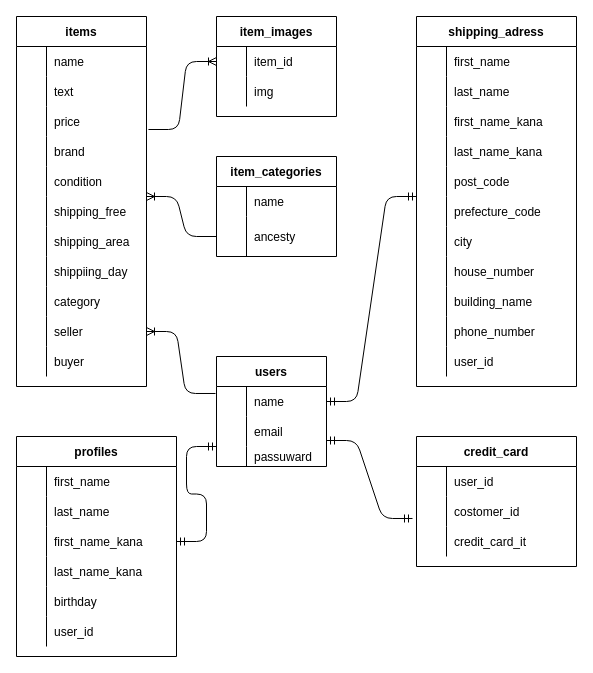
This is test.dio from protein0917/furima-53054, a draw.io file, before an edit. Source tidied: cells renumbered, new cells numbered last; positions are measured from the earlier drawing's top-left corner, leaving out a move shared by most shapes. Both pictures are drawn from the tidied source at 100%, with x=0, y=0 at pixel (16, 16).
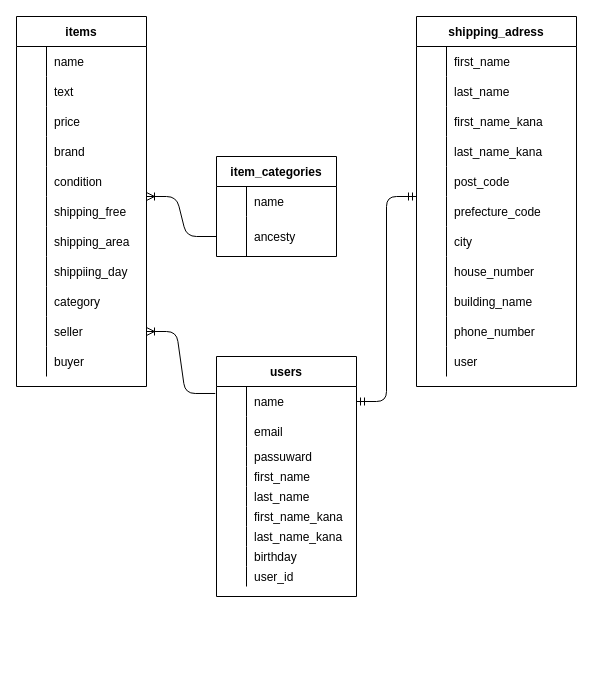
The same diagram, later.

Unchanged cells that the change refers to:
```xml
<mxCell id="19" style="shape=partialRectangle;fillColor=none;top=0;left=0;bottom=0;right=0;points=[[0,0.5],[1,0.5]];portConstraint=eastwest;" parent="12" vertex="1">
  <mxGeometry y="90" width="130" height="30" as="geometry" />
</mxCell>
<mxCell id="94" style="shape=partialRectangle;fillColor=none;top=0;left=0;bottom=0;right=0;" parent="63" vertex="1">
  <mxGeometry y="330" width="160" height="30" as="geometry" />
</mxCell>
```

What changed in the source:
```diff
@@
     <mxCell id="2" value="users" style="shape=table;startSize=30;childLayout=tableLayout;rowLines=0;fontStyle=1;align=center;verticalAlign=middle;horizontal=1;" parent="1" vertex="1">
-      <mxGeometry x="200" y="340" width="110" height="110" as="geometry" />
+      <mxGeometry x="200" y="340" width="140" height="240" as="geometry" />
     </mxCell>
     <mxCell id="3" style="shape=partialRectangle;fillColor=none;top=0;left=0;bottom=0;right=0;points=[[0,0.5],[1,0.5]];portConstraint=eastwest;" parent="2" vertex="1">
-      <mxGeometry y="30" width="110" height="30" as="geometry" />
+      <mxGeometry y="30" width="140" height="30" as="geometry" />
     </mxCell>
@@
     <mxCell id="5" value="name" style="shape=partialRectangle;fillColor=none;top=0;left=0;bottom=0;right=0;align=left;spacingLeft=6;overflow=hidden;" parent="3" vertex="1">
-      <mxGeometry x="30" width="80" height="30" as="geometry" />
+      <mxGeometry x="30" width="110" height="30" as="geometry" />
     </mxCell>
     <mxCell id="6" style="shape=partialRectangle;fillColor=none;top=0;left=0;bottom=0;right=0;points=[[0,0.5],[1,0.5]];portConstraint=eastwest;" parent="2" vertex="1">
-      <mxGeometry y="60" width="110" height="30" as="geometry" />
+      <mxGeometry y="60" width="140" height="30" as="geometry" />
     </mxCell>
@@
     <mxCell id="8" value="email" style="shape=partialRectangle;fillColor=none;top=0;left=0;bottom=0;right=0;align=left;spacingLeft=6;overflow=hidden;" parent="6" vertex="1">
-      <mxGeometry x="30" width="80" height="30" as="geometry" />
+      <mxGeometry x="30" width="110" height="30" as="geometry" />
     </mxCell>
     <mxCell id="9" style="shape=partialRectangle;fillColor=none;top=0;left=0;bottom=0;right=0;" parent="2" vertex="1">
-      <mxGeometry y="90" width="110" height="20" as="geometry" />
+      <mxGeometry y="90" width="140" height="20" as="geometry" />
     </mxCell>
@@
     <mxCell id="11" value="passuward" style="shape=partialRectangle;fillColor=none;top=0;left=0;bottom=0;right=0;align=left;spacingLeft=6;overflow=hidden;" parent="9" vertex="1">
-      <mxGeometry x="30" width="80" height="20" as="geometry" />
+      <mxGeometry x="30" width="110" height="20" as="geometry" />
     </mxCell>
+    <mxCell id="129" style="shape=partialRectangle;fillColor=none;top=0;left=0;bottom=0;right=0;" parent="2" vertex="1">
+      <mxGeometry y="110" width="140" height="20" as="geometry" />
+    </mxCell>
+    <mxCell id="130" style="shape=partialRectangle;fillColor=none;top=0;left=0;bottom=0;right=0;overflow=hidden;" parent="129" vertex="1">
+      <mxGeometry width="30" height="20" as="geometry" />
+    </mxCell>
+    <mxCell id="100" value="first_name" style="shape=partialRectangle;fillColor=none;top=0;left=0;bottom=0;right=0;align=left;spacingLeft=6;overflow=hidden;" parent="129" vertex="1">
+      <mxGeometry x="30" width="110" height="20" as="geometry" />
+    </mxCell>
+    <mxCell id="131" style="shape=partialRectangle;fillColor=none;top=0;left=0;bottom=0;right=0;" parent="2" vertex="1">
+      <mxGeometry y="130" width="140" height="20" as="geometry" />
+    </mxCell>
+    <mxCell id="132" style="shape=partialRectangle;fillColor=none;top=0;left=0;bottom=0;right=0;overflow=hidden;" parent="131" vertex="1">
+      <mxGeometry width="30" height="20" as="geometry" />
+    </mxCell>
+    <mxCell id="103" value="last_name" style="shape=partialRectangle;fillColor=none;top=0;left=0;bottom=0;right=0;align=left;spacingLeft=6;overflow=hidden;" parent="131" vertex="1">
+      <mxGeometry x="30" width="110" height="20" as="geometry" />
+    </mxCell>
+    <mxCell id="133" style="shape=partialRectangle;fillColor=none;top=0;left=0;bottom=0;right=0;" parent="2" vertex="1">
+      <mxGeometry y="150" width="140" height="20" as="geometry" />
+    </mxCell>
+    <mxCell id="134" style="shape=partialRectangle;fillColor=none;top=0;left=0;bottom=0;right=0;overflow=hidden;" parent="133" vertex="1">
+      <mxGeometry width="30" height="20" as="geometry" />
+    </mxCell>
+    <mxCell id="106" value="first_name_kana" style="shape=partialRectangle;fillColor=none;top=0;left=0;bottom=0;right=0;align=left;spacingLeft=6;overflow=hidden;" parent="133" vertex="1">
+      <mxGeometry x="30" width="110" height="20" as="geometry" />
+    </mxCell>
+    <mxCell id="135" style="shape=partialRectangle;fillColor=none;top=0;left=0;bottom=0;right=0;" parent="2" vertex="1">
+      <mxGeometry y="170" width="140" height="20" as="geometry" />
+    </mxCell>
+    <mxCell id="136" style="shape=partialRectangle;fillColor=none;top=0;left=0;bottom=0;right=0;overflow=hidden;" parent="135" vertex="1">
+      <mxGeometry width="30" height="20" as="geometry" />
+    </mxCell>
+    <mxCell id="109" value="last_name_kana" style="shape=partialRectangle;fillColor=none;top=0;left=0;bottom=0;right=0;align=left;spacingLeft=6;overflow=hidden;" parent="135" vertex="1">
+      <mxGeometry x="30" width="110" height="20" as="geometry" />
+    </mxCell>
+    <mxCell id="137" style="shape=partialRectangle;fillColor=none;top=0;left=0;bottom=0;right=0;" parent="2" vertex="1">
+      <mxGeometry y="190" width="140" height="20" as="geometry" />
+    </mxCell>
+    <mxCell id="138" style="shape=partialRectangle;fillColor=none;top=0;left=0;bottom=0;right=0;overflow=hidden;" parent="137" vertex="1">
+      <mxGeometry width="30" height="20" as="geometry" />
+    </mxCell>
+    <mxCell id="112" value="birthday" style="shape=partialRectangle;fillColor=none;top=0;left=0;bottom=0;right=0;align=left;spacingLeft=6;overflow=hidden;" parent="137" vertex="1">
+      <mxGeometry x="30" width="110" height="20" as="geometry" />
+    </mxCell>
+    <mxCell id="139" style="shape=partialRectangle;fillColor=none;top=0;left=0;bottom=0;right=0;" parent="2" vertex="1">
+      <mxGeometry y="210" width="140" height="20" as="geometry" />
+    </mxCell>
+    <mxCell id="140" style="shape=partialRectangle;fillColor=none;top=0;left=0;bottom=0;right=0;overflow=hidden;" parent="139" vertex="1">
+      <mxGeometry width="30" height="20" as="geometry" />
+    </mxCell>
+    <mxCell id="141" value="user_id" style="shape=partialRectangle;fillColor=none;top=0;left=0;bottom=0;right=0;align=left;spacingLeft=6;overflow=hidden;" parent="139" vertex="1">
+      <mxGeometry x="30" width="110" height="20" as="geometry" />
+    </mxCell>
@@
-    <mxCell id="46" value="item_images" style="shape=table;startSize=30;childLayout=tableLayout;rowLines=0;fontStyle=1;align=center;" parent="1" vertex="1">
-      <mxGeometry x="200" width="120" height="100" as="geometry" />
-    </mxCell>
-    <mxCell id="47" style="shape=partialRectangle;fillColor=none;top=0;left=0;bottom=0;right=0;points=[[0,0.5],[1,0.5]];portConstraint=eastwest;" parent="46" vertex="1">
-      <mxGeometry y="30" width="120" height="30" as="geometry" />
-    </mxCell>
-    <mxCell id="48" style="shape=partialRectangle;fillColor=none;top=0;left=0;bottom=0;right=0;overflow=hidden;" parent="47" vertex="1">
-      <mxGeometry width="30" height="30" as="geometry" />
-    </mxCell>
-    <mxCell id="49" value="item_id" style="shape=partialRectangle;fillColor=none;top=0;left=0;bottom=0;right=0;align=left;spacingLeft=6;overflow=hidden;" parent="47" vertex="1">
-      <mxGeometry x="30" width="90" height="30" as="geometry" />
-    </mxCell>
-    <mxCell id="50" style="shape=partialRectangle;fillColor=none;top=0;left=0;bottom=0;right=0;" parent="46" vertex="1">
-      <mxGeometry y="60" width="120" height="30" as="geometry" />
-    </mxCell>
-    <mxCell id="51" style="shape=partialRectangle;fillColor=none;top=0;left=0;bottom=0;right=0;overflow=hidden;" parent="50" vertex="1">
-      <mxGeometry width="30" height="30" as="geometry" />
-    </mxCell>
-    <mxCell id="52" value="img" style="shape=partialRectangle;fillColor=none;top=0;left=0;bottom=0;right=0;align=left;spacingLeft=6;overflow=hidden;" parent="50" vertex="1">
-      <mxGeometry x="30" width="90" height="30" as="geometry" />
-    </mxCell>
@@
-    <mxCell id="61" style="edgeStyle=entityRelationEdgeStyle;fontSize=12;html=1;endArrow=ERoneToMany;entryX=0;entryY=0.5;entryDx=0;entryDy=0;exitX=1.015;exitY=0.767;exitDx=0;exitDy=0;exitPerimeter=0;" parent="1" edge="1" source="19" target="47">
-      <mxGeometry relative="1" as="geometry" />
-    </mxCell>
@@
-    <mxCell id="96" value="user_id" style="shape=partialRectangle;fillColor=none;top=0;left=0;bottom=0;right=0;align=left;spacingLeft=6;overflow=hidden;" parent="94" vertex="1">
+    <mxCell id="96" value="user" style="shape=partialRectangle;fillColor=none;top=0;left=0;bottom=0;right=0;align=left;spacingLeft=6;overflow=hidden;" parent="94" vertex="1">
       <mxGeometry x="30" width="130" height="30" as="geometry" />
     </mxCell>
-    <mxCell id="97" value="profiles" style="shape=table;startSize=30;childLayout=tableLayout;rowLines=0;fontStyle=1;align=center;" parent="1" vertex="1">
-      <mxGeometry y="420" width="160" height="220" as="geometry" />
-    </mxCell>
-    <mxCell id="98" style="shape=partialRectangle;fillColor=none;top=0;left=0;bottom=0;right=0;" parent="97" vertex="1">
-      <mxGeometry y="30" width="160" height="30" as="geometry" />
-    </mxCell>
-    <mxCell id="99" style="shape=partialRectangle;fillColor=none;top=0;left=0;bottom=0;right=0;overflow=hidden;" parent="98" vertex="1">
-      <mxGeometry width="30" height="30" as="geometry" />
-    </mxCell>
-    <mxCell id="100" value="first_name" style="shape=partialRectangle;fillColor=none;top=0;left=0;bottom=0;right=0;align=left;spacingLeft=6;overflow=hidden;" parent="98" vertex="1">
-      <mxGeometry x="30" width="130" height="30" as="geometry" />
-    </mxCell>
-    <mxCell id="101" style="shape=partialRectangle;fillColor=none;top=0;left=0;bottom=0;right=0;" parent="97" vertex="1">
-      <mxGeometry y="60" width="160" height="30" as="geometry" />
-    </mxCell>
-    <mxCell id="102" style="shape=partialRectangle;fillColor=none;top=0;left=0;bottom=0;right=0;overflow=hidden;" parent="101" vertex="1">
-      <mxGeometry width="30" height="30" as="geometry" />
-    </mxCell>
-    <mxCell id="103" value="last_name" style="shape=partialRectangle;fillColor=none;top=0;left=0;bottom=0;right=0;align=left;spacingLeft=6;overflow=hidden;" parent="101" vertex="1">
-      <mxGeometry x="30" width="130" height="30" as="geometry" />
-    </mxCell>
-    <mxCell id="104" style="shape=partialRectangle;fillColor=none;top=0;left=0;bottom=0;right=0;points=[[0,0.5],[1,0.5]];portConstraint=eastwest;" parent="97" vertex="1">
-      <mxGeometry y="90" width="160" height="30" as="geometry" />
-    </mxCell>
-    <mxCell id="105" style="shape=partialRectangle;fillColor=none;top=0;left=0;bottom=0;right=0;overflow=hidden;" parent="104" vertex="1">
-      <mxGeometry width="30" height="30" as="geometry" />
-    </mxCell>
-    <mxCell id="106" value="first_name_kana" style="shape=partialRectangle;fillColor=none;top=0;left=0;bottom=0;right=0;align=left;spacingLeft=6;overflow=hidden;" parent="104" vertex="1">
-      <mxGeometry x="30" width="130" height="30" as="geometry" />
-    </mxCell>
-    <mxCell id="107" style="shape=partialRectangle;fillColor=none;top=0;left=0;bottom=0;right=0;" parent="97" vertex="1">
-      <mxGeometry y="120" width="160" height="30" as="geometry" />
-    </mxCell>
-    <mxCell id="108" style="shape=partialRectangle;fillColor=none;top=0;left=0;bottom=0;right=0;overflow=hidden;" parent="107" vertex="1">
-      <mxGeometry width="30" height="30" as="geometry" />
-    </mxCell>
-    <mxCell id="109" value="last_name_kana" style="shape=partialRectangle;fillColor=none;top=0;left=0;bottom=0;right=0;align=left;spacingLeft=6;overflow=hidden;" parent="107" vertex="1">
-      <mxGeometry x="30" width="130" height="30" as="geometry" />
-    </mxCell>
-    <mxCell id="110" style="shape=partialRectangle;fillColor=none;top=0;left=0;bottom=0;right=0;" parent="97" vertex="1">
-      <mxGeometry y="150" width="160" height="30" as="geometry" />
-    </mxCell>
-    <mxCell id="111" style="shape=partialRectangle;fillColor=none;top=0;left=0;bottom=0;right=0;overflow=hidden;" parent="110" vertex="1">
-      <mxGeometry width="30" height="30" as="geometry" />
-    </mxCell>
-    <mxCell id="112" value="birthday" style="shape=partialRectangle;fillColor=none;top=0;left=0;bottom=0;right=0;align=left;spacingLeft=6;overflow=hidden;" parent="110" vertex="1">
-      <mxGeometry x="30" width="130" height="30" as="geometry" />
-    </mxCell>
-    <mxCell id="113" style="shape=partialRectangle;fillColor=none;top=0;left=0;bottom=0;right=0;" parent="97" vertex="1">
-      <mxGeometry y="180" width="160" height="30" as="geometry" />
-    </mxCell>
-    <mxCell id="114" style="shape=partialRectangle;fillColor=none;top=0;left=0;bottom=0;right=0;overflow=hidden;" parent="113" vertex="1">
-      <mxGeometry width="30" height="30" as="geometry" />
-    </mxCell>
-    <mxCell id="115" value="user_id" style="shape=partialRectangle;fillColor=none;top=0;left=0;bottom=0;right=0;align=left;spacingLeft=6;overflow=hidden;" parent="113" vertex="1">
-      <mxGeometry x="30" width="130" height="30" as="geometry" />
-    </mxCell>
-    <mxCell id="116" value="credit_card" style="shape=table;startSize=30;childLayout=tableLayout;rowLines=0;fontStyle=1;align=center;" parent="1" vertex="1">
-      <mxGeometry x="400" y="420" width="160" height="130" as="geometry" />
-    </mxCell>
-    <mxCell id="117" style="shape=partialRectangle;fillColor=none;top=0;left=0;bottom=0;right=0;" parent="116" vertex="1">
-      <mxGeometry y="30" width="160" height="30" as="geometry" />
-    </mxCell>
-    <mxCell id="118" style="shape=partialRectangle;fillColor=none;top=0;left=0;bottom=0;right=0;overflow=hidden;" parent="117" vertex="1">
-      <mxGeometry width="30" height="30" as="geometry" />
-    </mxCell>
-    <mxCell id="119" value="user_id" style="shape=partialRectangle;fillColor=none;top=0;left=0;bottom=0;right=0;align=left;spacingLeft=6;overflow=hidden;" parent="117" vertex="1">
-      <mxGeometry x="30" width="130" height="30" as="geometry" />
-    </mxCell>
-    <mxCell id="120" style="shape=partialRectangle;fillColor=none;top=0;left=0;bottom=0;right=0;points=[[0,0.5],[1,0.5]];portConstraint=eastwest;" parent="116" vertex="1">
-      <mxGeometry y="60" width="160" height="30" as="geometry" />
-    </mxCell>
-    <mxCell id="121" style="shape=partialRectangle;fillColor=none;top=0;left=0;bottom=0;right=0;overflow=hidden;" parent="120" vertex="1">
-      <mxGeometry width="30" height="30" as="geometry" />
-    </mxCell>
-    <mxCell id="122" value="costomer_id" style="shape=partialRectangle;fillColor=none;top=0;left=0;bottom=0;right=0;align=left;spacingLeft=6;overflow=hidden;" parent="120" vertex="1">
-      <mxGeometry x="30" width="130" height="30" as="geometry" />
-    </mxCell>
-    <mxCell id="123" style="shape=partialRectangle;fillColor=none;top=0;left=0;bottom=0;right=0;" parent="116" vertex="1">
-      <mxGeometry y="90" width="160" height="30" as="geometry" />
-    </mxCell>
-    <mxCell id="124" style="shape=partialRectangle;fillColor=none;top=0;left=0;bottom=0;right=0;overflow=hidden;" parent="123" vertex="1">
-      <mxGeometry width="30" height="30" as="geometry" />
-    </mxCell>
-    <mxCell id="125" value="credit_card_it" style="shape=partialRectangle;fillColor=none;top=0;left=0;bottom=0;right=0;align=left;spacingLeft=6;overflow=hidden;" parent="123" vertex="1">
-      <mxGeometry x="30" width="130" height="30" as="geometry" />
-    </mxCell>
-    <mxCell id="126" style="edgeStyle=entityRelationEdgeStyle;fontSize=12;html=1;endArrow=ERmandOne;startArrow=ERmandOne;exitX=1;exitY=0.5;exitDx=0;exitDy=0;" parent="1" edge="1" source="104">
-      <mxGeometry relative="1" as="geometry">
-        <mxPoint x="200" y="430" as="targetPoint" />
-      </mxGeometry>
-    </mxCell>
@@
-    <mxCell id="128" style="edgeStyle=entityRelationEdgeStyle;fontSize=12;html=1;endArrow=ERmandOne;startArrow=ERmandOne;entryX=-0.025;entryY=0.733;entryDx=0;entryDy=0;entryPerimeter=0;exitX=1;exitY=0.8;exitDx=0;exitDy=0;exitPerimeter=0;" parent="1" edge="1" source="6" target="120">
-      <mxGeometry relative="1" as="geometry" />
-    </mxCell>
```
